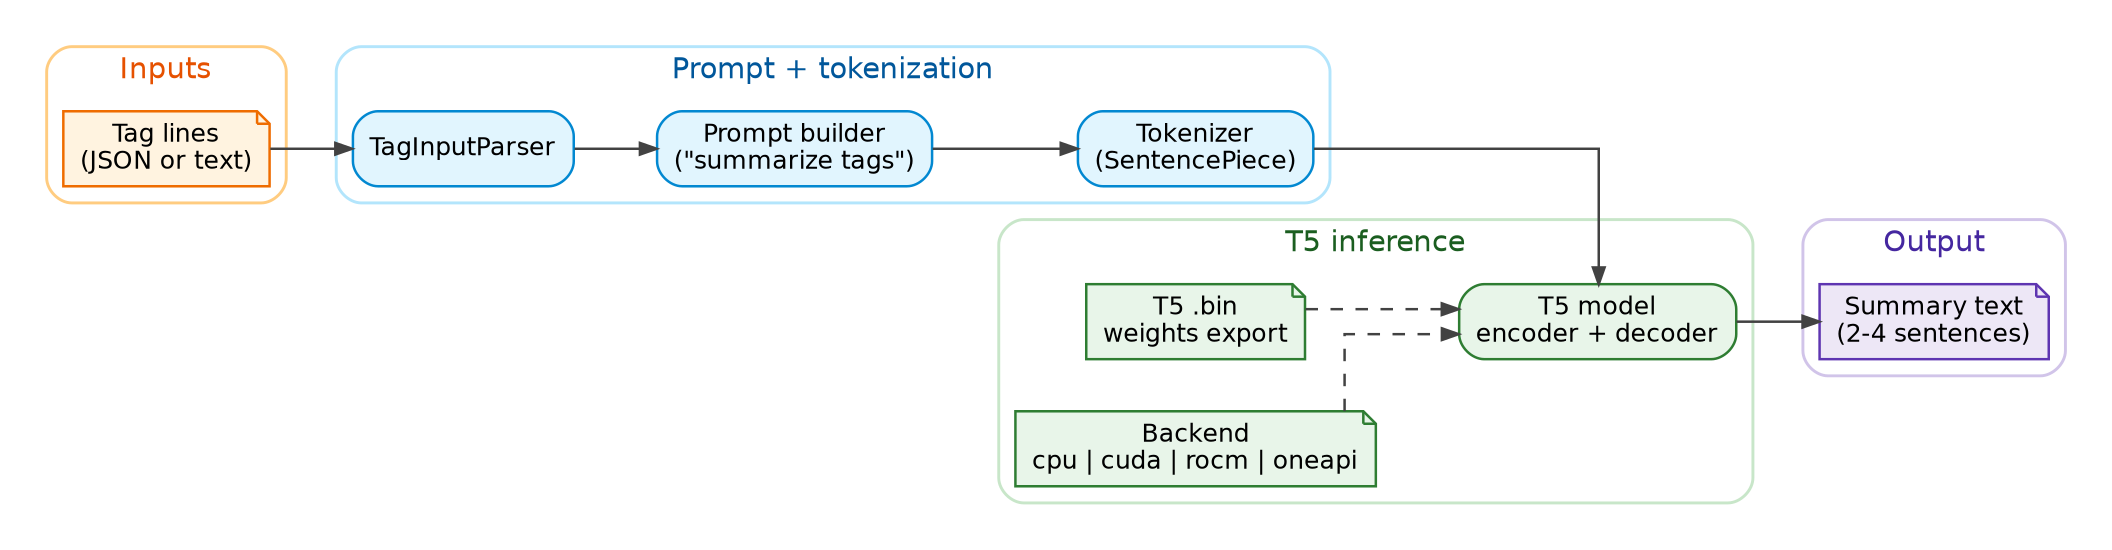
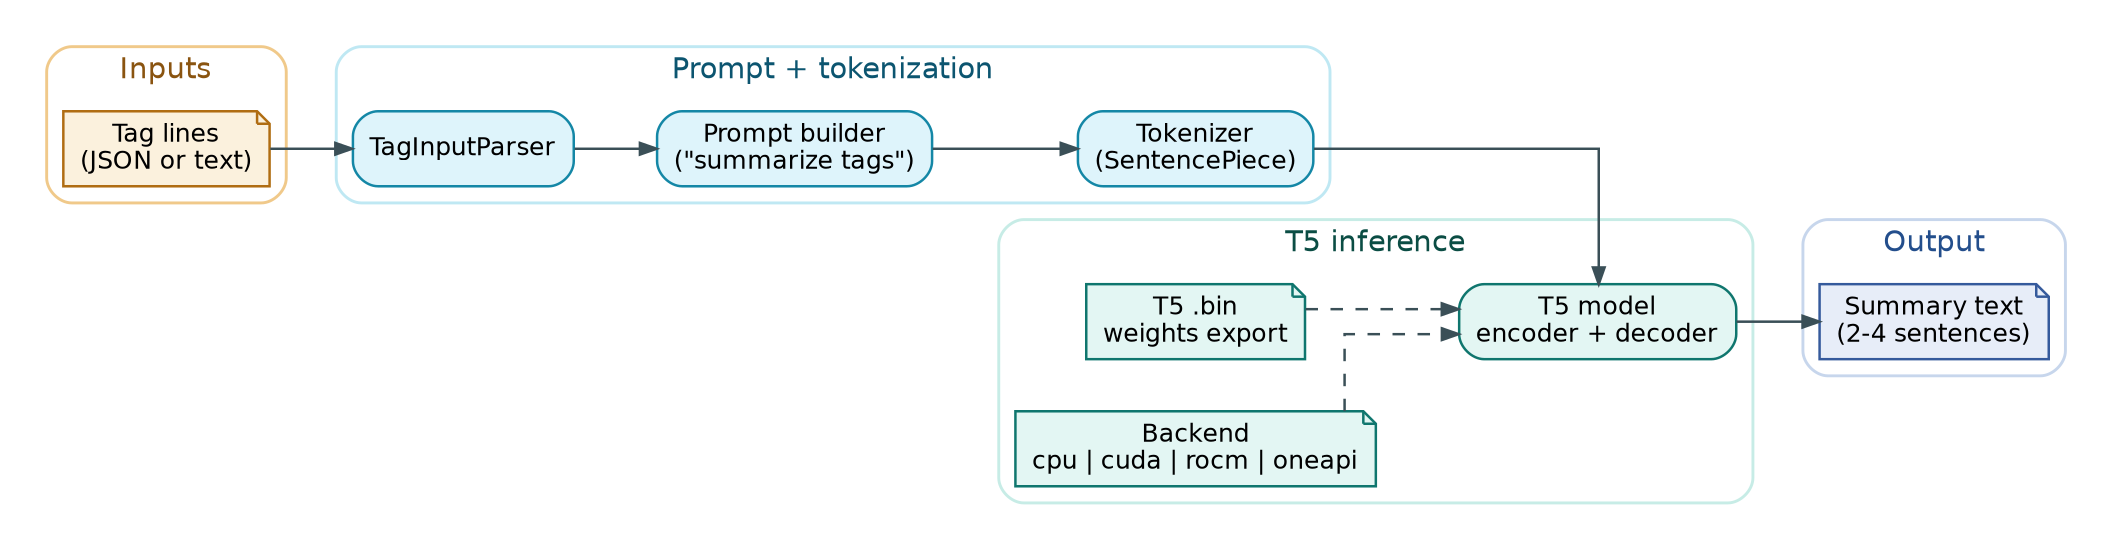
digraph crtk_t5_pipeline {
  rankdir=LR;
-   bgcolor="transparent";
+   bgcolor="#ffffff";
  splines=ortho;
  pad="0.20";
  nodesep="0.35";
  ranksep="0.55";

  graph [fontname="Helvetica", fontsize=14];
  node  [fontname="Helvetica", fontsize=12];
-   edge  [fontname="Helvetica", fontsize=10, color="#424242", arrowsize=0.8, penwidth=1.2];
+   edge  [fontname="Helvetica", fontsize=10, color="#3a4f57", arrowsize=0.8, penwidth=1.2];

  subgraph cluster_input {
    label="Inputs";
    style="rounded";
-     color="#FFCC80";
-     fontcolor="#E65100";
+     color="#f0c98a";
+     fontcolor="#8a5410";
    penwidth=1.4;

-     node [shape=note, style="filled", fillcolor="#FFF3E0", color="#EF6C00", penwidth=1.2];
+     node [shape=note, style="filled", fillcolor="#fbf1dd", color="#b06d12", penwidth=1.2];
    tags [label="Tag lines\n(JSON or text)"];
  }

  subgraph cluster_prompt {
    label="Prompt + tokenization";
    style="rounded";
-     color="#B3E5FC";
-     fontcolor="#01579B";
+     color="#bfe8f3";
+     fontcolor="#0c5570";
    penwidth=1.4;

-     node [shape=box, style="rounded,filled", fillcolor="#E1F5FE", color="#0288D1", penwidth=1.2];
+     node [shape=box, style="rounded,filled", fillcolor="#def4fb", color="#1487a6", penwidth=1.2];
    parser [label="TagInputParser"];
    prompt [label="Prompt builder\n(\"summarize tags\")"];
    tokenizer [label="Tokenizer\n(SentencePiece)"];
  }

  subgraph cluster_model {
    label="T5 inference";
    style="rounded";
-     color="#C8E6C9";
-     fontcolor="#1B5E20";
+     color="#c7ece6";
+     fontcolor="#0b4d44";
    penwidth=1.4;

-     node [shape=box, style="rounded,filled", fillcolor="#E8F5E9", color="#2E7D32", penwidth=1.2];
+     node [shape=box, style="rounded,filled", fillcolor="#e3f6f3", color="#0f766e", penwidth=1.2];
    model [label="T5 model\nencoder + decoder"];

-     node [shape=note, style="filled", fillcolor="#E8F5E9", color="#2E7D32", penwidth=1.2];
+     node [shape=note, style="filled", fillcolor="#e3f6f3", color="#0f766e", penwidth=1.2];
    weights [label="T5 .bin\nweights export"];
    backend [label="Backend\ncpu | cuda | rocm | oneapi"];
  }

  subgraph cluster_output {
    label="Output";
    style="rounded";
-     color="#D1C4E9";
-     fontcolor="#4527A0";
+     color="#c7d6ec";
+     fontcolor="#234e8c";
    penwidth=1.4;

-     node [shape=note, style="filled", fillcolor="#EDE7F6", color="#5E35B1", penwidth=1.2];
+     node [shape=note, style="filled", fillcolor="#e7edf8", color="#355a9c", penwidth=1.2];
    summary [label="Summary text\n(2-4 sentences)"];
  }

  tags -> parser;
  parser -> prompt;
  prompt -> tokenizer;
  tokenizer -> model;
  model -> summary;

  weights -> model [style=dashed];
  backend -> model [style=dashed];
}
